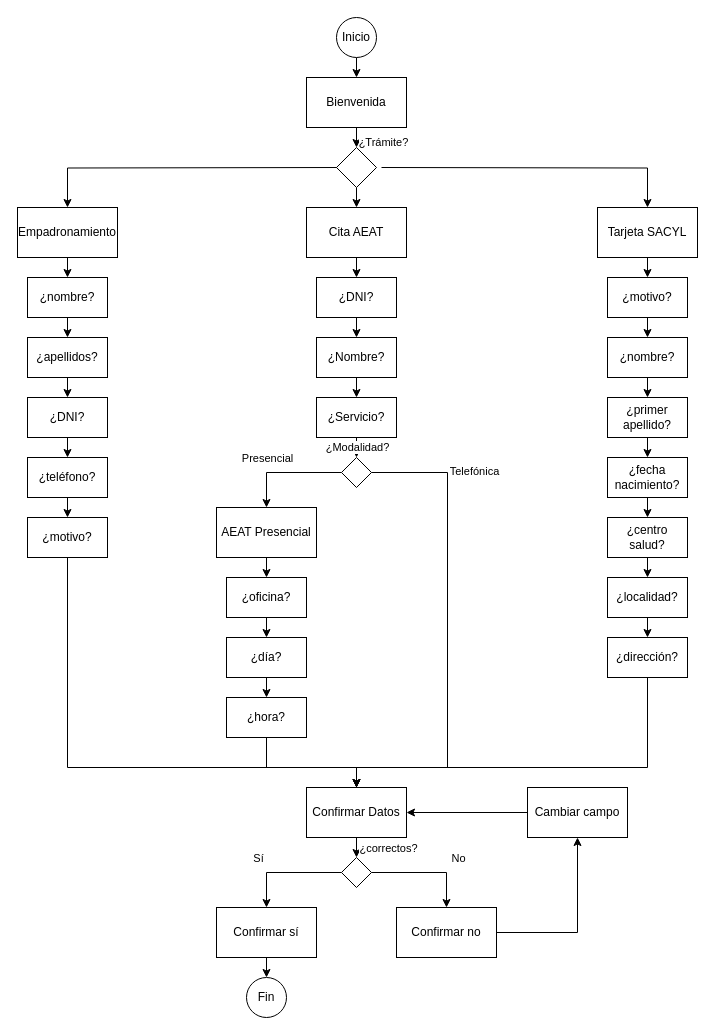
humaral/tfg keeps this draw.io diagram as page "Diagrama flujo IA" (5 of 17) of documents/img/diagramas/TFG.drawio. Above is the earlier version. Source tidied: cells renumbered, new cells numbered last; positions are measured from the earlier drawing's top-left corner, leaving out a move shared by most shapes. Both pictures are drawn from the tidied source at 100%, with x=0, y=0 at pixel (17, 17).
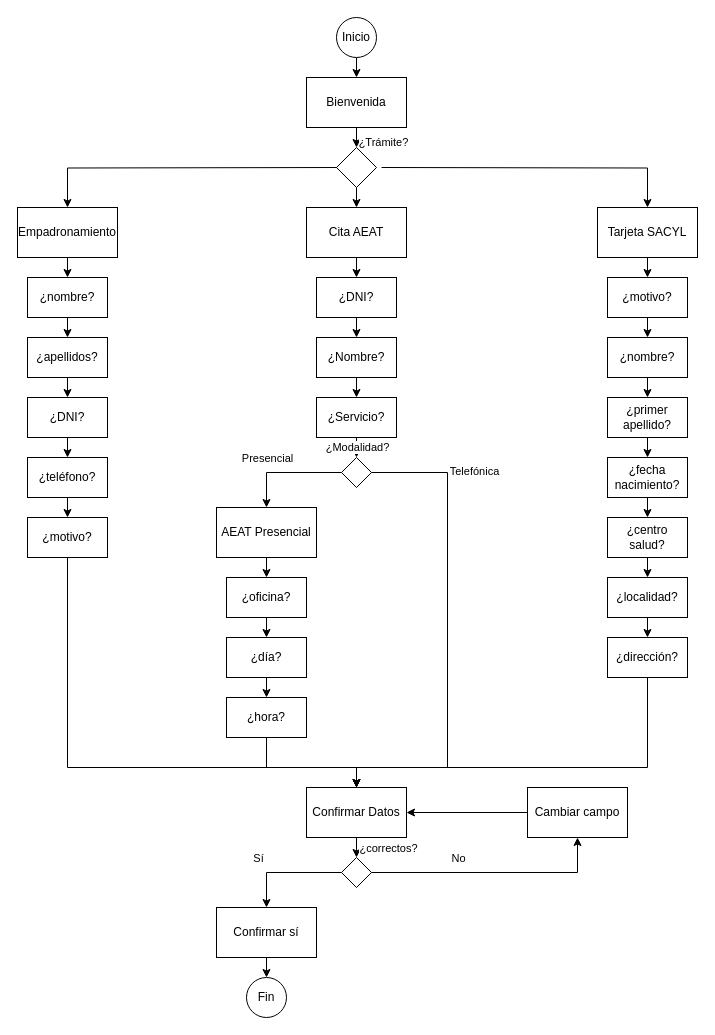
After the change.

The change refers to these unchanged cells:
```xml
<mxCell id="68" style="rhombus;whiteSpace=wrap;html=1;" parent="1" vertex="1">
  <mxGeometry x="324" y="840" width="30" height="30" as="geometry" />
</mxCell>
<mxCell id="75" value="Cambiar campo" style="rounded=0;whiteSpace=wrap;html=1;" parent="1" vertex="1">
  <mxGeometry x="510" y="770" width="100" height="50" as="geometry" />
</mxCell>
```

What changed in the source:
```diff
@@
-    <mxCell id="66" style="edgeStyle=orthogonalEdgeStyle;rounded=0;jettySize=auto;html=1;exitX=1;exitY=0.5;exitDx=0;exitDy=0;entryX=0.5;entryY=0;entryDx=0;entryDy=0;" parent="1" edge="1" source="68" target="72">
-      <mxGeometry relative="1" as="geometry" />
-    </mxCell>
+    <mxCell id="76" style="edgeStyle=orthogonalEdgeStyle;rounded=0;jettySize=auto;html=1;exitX=1;exitY=0.5;exitDx=0;exitDy=0;entryX=0.5;entryY=1;entryDx=0;entryDy=0;" parent="1" edge="1" source="68" target="75">
+      <mxGeometry relative="1" as="geometry" />
+    </mxCell>
-    <mxCell id="67" value="No" style="edgeLabel;html=1;align=center;verticalAlign=middle;" parent="66" vertex="1">
-      <mxGeometry x="0.15" y="3" relative="1" as="geometry">
-        <mxPoint x="23" y="-12" as="offset" />
+    <mxCell id="67" value="No" style="edgeLabel;html=1;align=center;verticalAlign=middle;" parent="76" vertex="1">
+      <mxGeometry x="-0.29" y="2" relative="1" as="geometry">
+        <mxPoint y="-13" as="offset" />
       </mxGeometry>
     </mxCell>
@@
-    <mxCell id="71" style="edgeStyle=orthogonalEdgeStyle;rounded=0;jettySize=auto;html=1;exitX=1;exitY=0.5;exitDx=0;exitDy=0;entryX=0.5;entryY=1;entryDx=0;entryDy=0;" parent="1" edge="1" source="72" target="75">
-      <mxGeometry relative="1" as="geometry" />
-    </mxCell>
-    <mxCell id="72" value="Confirmar no" style="rounded=0;whiteSpace=wrap;html=1;" parent="1" vertex="1">
-      <mxGeometry x="379" y="890" width="100" height="50" as="geometry" />
-    </mxCell>
```
